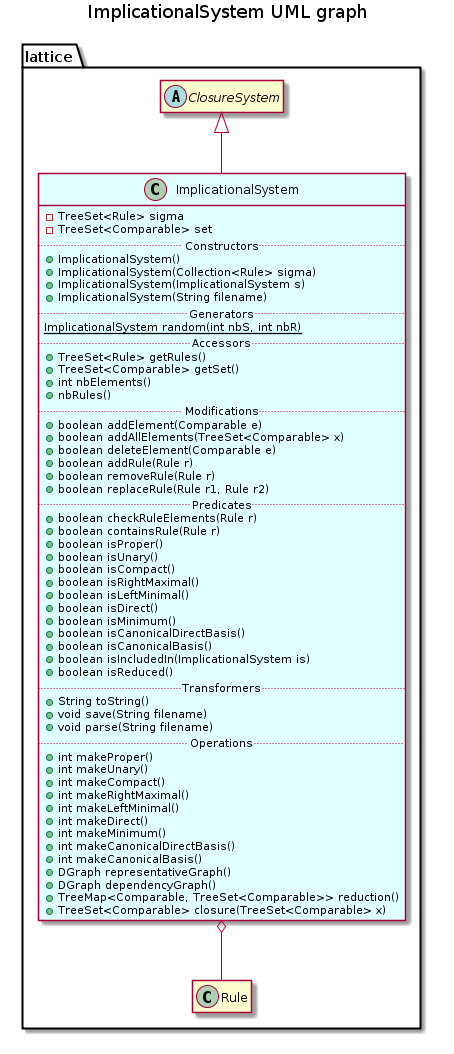
Before: api/lattice/ImplicationalSystem.png, a diagram exported from PlantUML (EstrellaRL/java-lattices). Its diagram source:
```plantuml
@startuml ImplicationalSystem.png
package lattice {
    class ImplicationalSystem {
        -TreeSet<Rule> sigma
        -TreeSet<Comparable> set
        .. Constructors ..
        +ImplicationalSystem()
        +ImplicationalSystem(Collection<Rule> sigma)
        +ImplicationalSystem(ImplicationalSystem s)
        +ImplicationalSystem(String filename)
        .. Generators ..
        {static}+ImplicationalSystem random(int nbS, int nbR)
        .. Accessors ..
        +TreeSet<Rule> getRules()
        +TreeSet<Comparable> getSet()
        +int nbElements()
        +nbRules()
        .. Modifications ..
        +boolean addElement(Comparable e)
        +boolean addAllElements(TreeSet<Comparable> x)
        +boolean deleteElement(Comparable e)
        +boolean addRule(Rule r)
        +boolean removeRule(Rule r)
        +boolean replaceRule(Rule r1, Rule r2)
        .. Predicates ..
        +boolean checkRuleElements(Rule r)
        +boolean containsRule(Rule r)
        +boolean isProper()
        +boolean isUnary()
        +boolean isCompact()
        +boolean isRightMaximal()
        +boolean isLeftMinimal()
        +boolean isDirect()
        +boolean isMinimum()
        +boolean isCanonicalDirectBasis()
        +boolean isCanonicalBasis()
        +boolean isIncludedIn(ImplicationalSystem is)
        +boolean isReduced()
        .. Transformers ..
        +String toString()
        +void save(String filename)
        +void parse(String filename)
        .. Operations ..
        +int makeProper()
        +int makeUnary()
        +int makeCompact()
        +int makeRightMaximal()
        +int makeLeftMinimal()
        +int makeDirect()
        +int makeMinimum()
        +int makeCanonicalDirectBasis()
        +int makeCanonicalBasis()
        +DGraph representativeGraph()
        +DGraph dependencyGraph()
        +TreeMap<Comparable, TreeSet<Comparable>> reduction()
        +TreeSet<Comparable> closure(TreeSet<Comparable> x)
    }


    ClosureSystem <|-- ImplicationalSystem
    ImplicationalSystem o-- Rule
}

package lattice {
    class ClosureSystem {
        +{abstract} TreeSet<Comparable> getSet()
        +{abstract} TreeSet<Comparable> closure(TreeSet<Comparable> set)
        +{abstract} void save(String file)

        +ConceptLattice closedSetLattice(boolean  diagram)
        +ConceptLattice lattice()
        +Vector<Concept> allClosures()
        +Concept nextClosure(Concept cl)
        +DGraph precedenceGraph()
        +TreeMap<Object, TreeSet> getReducibleElements()
    }

    abstract class ClosureSystem
}

 hide members
 show ImplicationalSystem members
 class ImplicationalSystem #LightCyan
 title ImplicationalSystem UML graph
@enduml
```
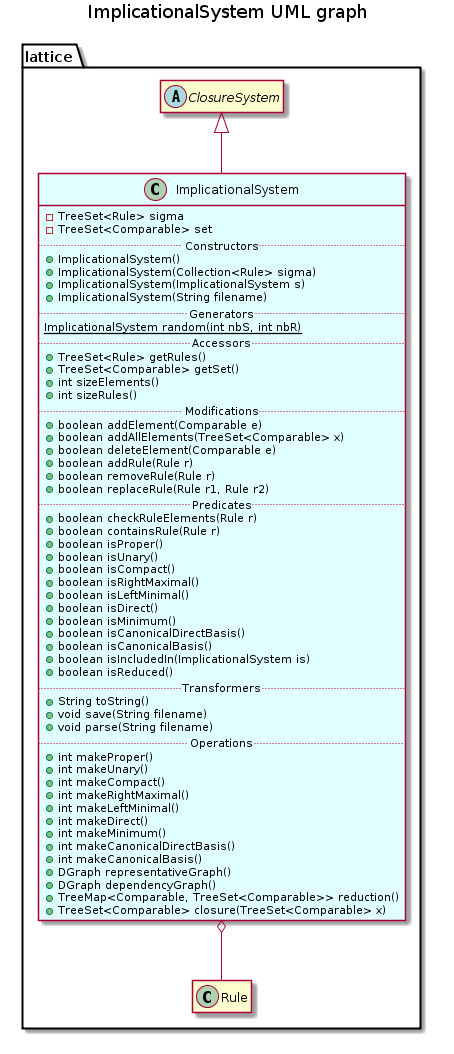
The same diagram one commit later.

Change to the diagram source:
```diff
@@ -13,8 +13,8 @@
         .. Accessors ..
         +TreeSet<Rule> getRules()
         +TreeSet<Comparable> getSet()
-        +int nbElements()
-        +nbRules()
+        +int sizeElements()
+        +int sizeRules()
         .. Modifications ..
         +boolean addElement(Comparable e)
         +boolean addAllElements(TreeSet<Comparable> x)
```
